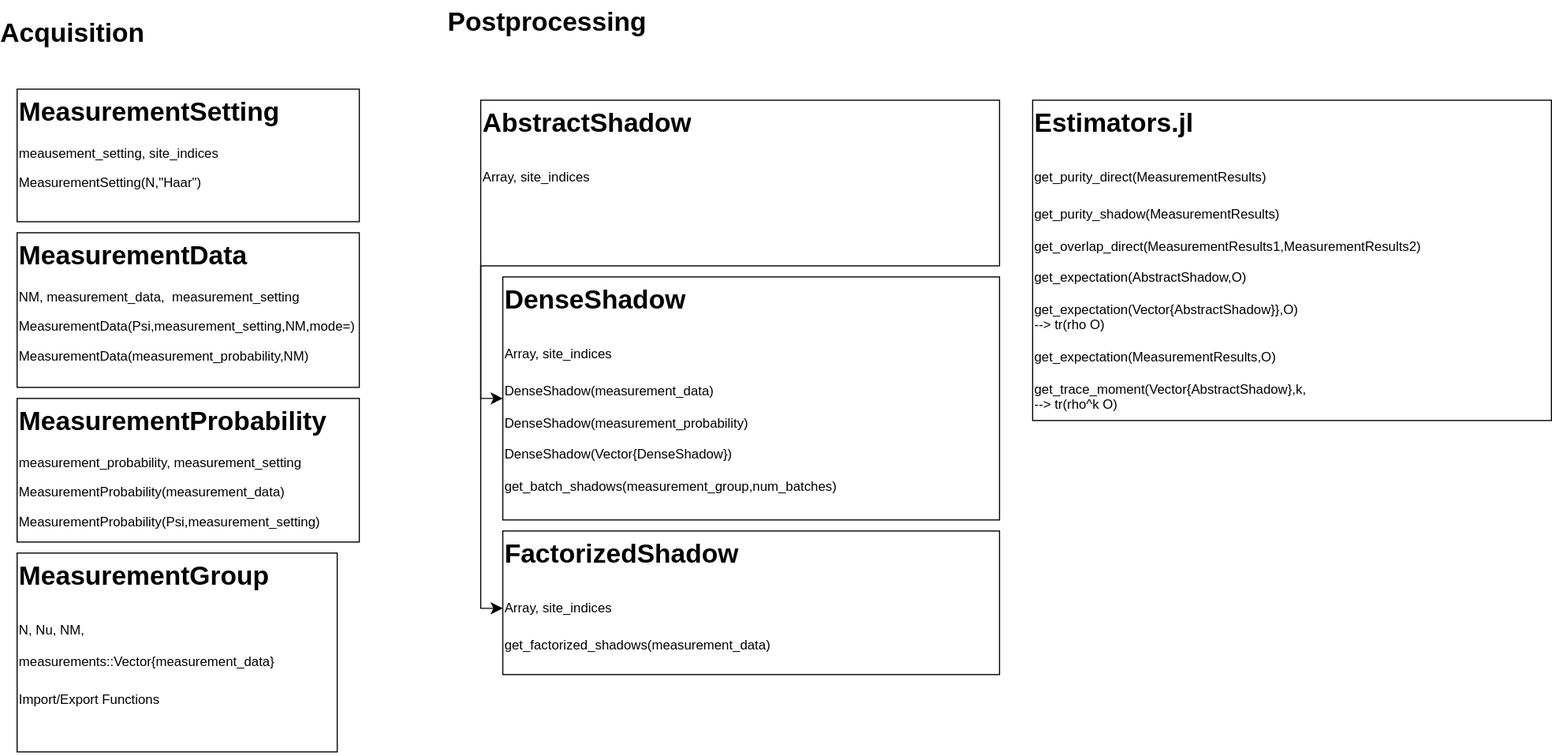
This is StructureRandomMeas.drawio.svg from bvermersch/RandomMeas.jl, a draw.io export, as it was before one commit. Source tidied: cells renumbered, new cells last; positions are measured from the earlier drawing's top-left corner, leaving out a move shared by most shapes.
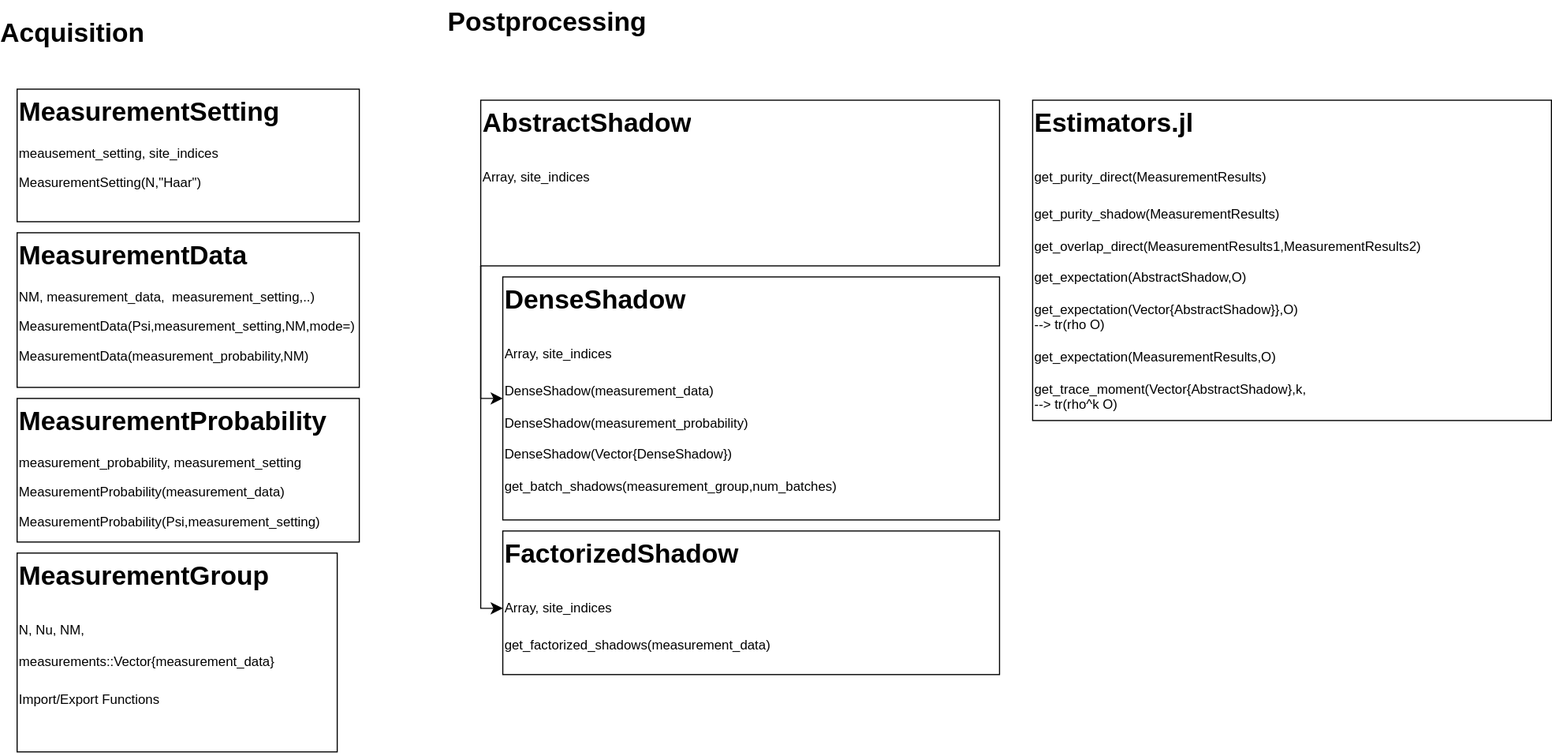
Later version of the same file.

The edit, as a diff of the source:
```diff
@@ -2,7 +2,7 @@
   <root>
     <mxCell id="0" />
     <mxCell id="1" parent="0" />
-    <mxCell id="2" value="&lt;h1 style=&quot;margin-top: 0px;&quot;&gt;MeasurementData&lt;/h1&gt;NM,&lt;span style=&quot;background-color: initial;&quot;&gt;measurement_data,&amp;nbsp; measurement_setting&lt;/span&gt;&lt;br&gt;&lt;p&gt;MeasurementData(Psi,measurement_setting,NM,mode=)&lt;/p&gt;&lt;p&gt;MeasurementData(measurement_probability,NM)&lt;/p&gt;&lt;p&gt;&lt;br&gt;&lt;/p&gt;&lt;p&gt;&lt;br&gt;&lt;/p&gt;" style="text;html=1;whiteSpace=wrap;overflow=hidden;rounded=0;strokeColor=default;" parent="1" vertex="1">
+    <mxCell id="2" value="&lt;h1 style=&quot;margin-top: 0px;&quot;&gt;MeasurementData&lt;/h1&gt;NM,&lt;span style=&quot;background-color: initial;&quot;&gt;measurement_data,&amp;nbsp; measurement_setting,..)&lt;/span&gt;&lt;br&gt;&lt;p&gt;MeasurementData(Psi,measurement_setting,NM,mode=)&lt;/p&gt;&lt;p&gt;MeasurementData(measurement_probability,NM)&lt;/p&gt;&lt;p&gt;&lt;br&gt;&lt;/p&gt;&lt;p&gt;&lt;br&gt;&lt;/p&gt;" style="text;html=1;whiteSpace=wrap;overflow=hidden;rounded=0;strokeColor=default;" parent="1" vertex="1">
       <mxGeometry y="210" width="310" height="140" as="geometry" />
     </mxCell>
     <mxCell id="3" value="&lt;h1 style=&quot;margin-top: 0px;&quot;&gt;MeasurementSetting&lt;/h1&gt;&lt;p&gt;meausement_setting, site_indices&lt;/p&gt;&lt;p&gt;MeasurementSetting(N,&quot;Haar&quot;)&lt;/p&gt;&lt;p&gt;&lt;br&gt;&lt;/p&gt;&lt;p&gt;&lt;br&gt;&lt;/p&gt;" style="text;html=1;whiteSpace=wrap;overflow=hidden;rounded=0;strokeColor=default;" parent="1" vertex="1">
```
